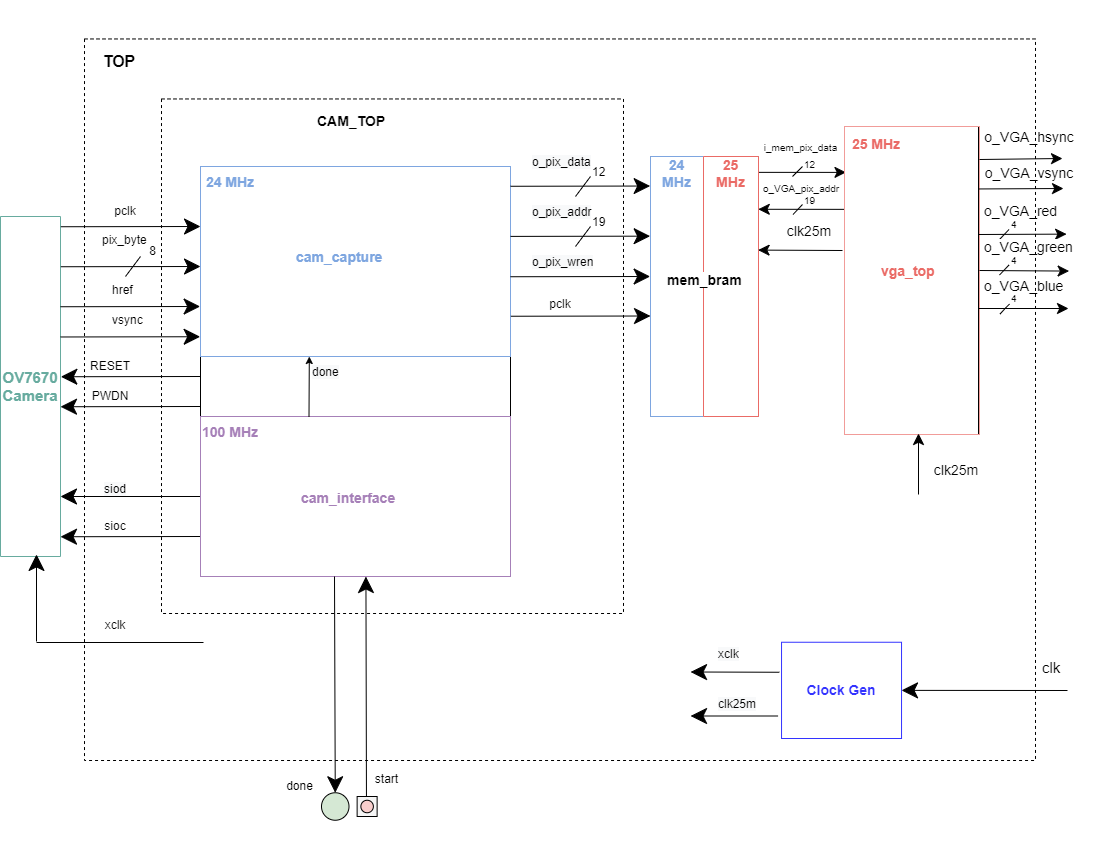
This is misc/OV7670_block_diagram.png from amsacks/OV7670-camera, a draw.io export, as it was before one commit. Source tidied: cells renumbered, new cells last; positions are measured from the earlier drawing's top-left corner, leaving out a move shared by most shapes.
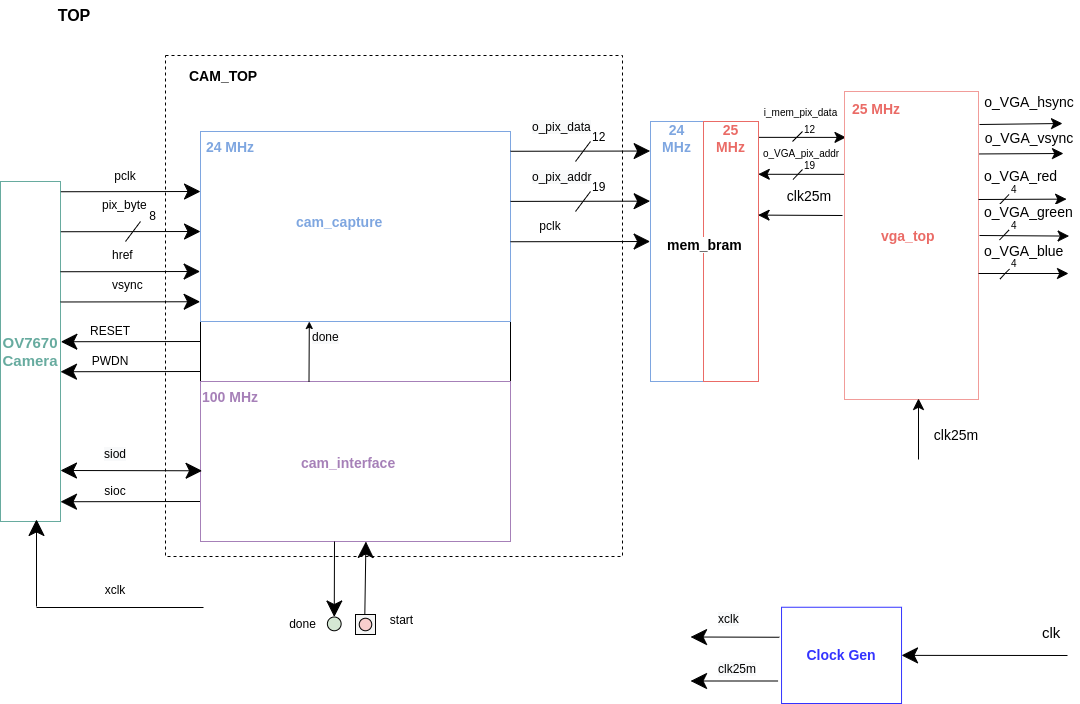
Above is the later version.

Commit message:
Update signals in block diagram

The edit, as a diff of the source:
```diff
@@ -12,19 +12,19 @@
       <mxGeometry x="100" y="478" width="30" height="20" as="geometry" />
     </mxCell>
     <mxCell id="5" style="whiteSpace=wrap;html=1;fontSize=12;fillColor=#f5f5f5;fontColor=#333333;strokeColor=#000000;" parent="1" vertex="1">
-      <mxGeometry x="356.6" y="758" width="20" height="20" as="geometry" />
+      <mxGeometry x="355" y="611" width="20" height="20" as="geometry" />
     </mxCell>
     <mxCell id="6" style="ellipse;whiteSpace=wrap;html=1;fontSize=12;fillColor=#f8cecc;strokeColor=#000000;" parent="1" vertex="1">
-      <mxGeometry x="360.4" y="761.8" width="12.5" height="12.5" as="geometry" />
+      <mxGeometry x="358.8" y="614.8" width="12.5" height="12.5" as="geometry" />
     </mxCell>
     <mxCell id="7" value="start" style="text;html=1;strokeColor=none;fillColor=none;align=center;verticalAlign=middle;whiteSpace=wrap;rounded=0;" parent="1" vertex="1">
-      <mxGeometry x="368.5" y="728" width="35" height="26.2" as="geometry" />
+      <mxGeometry x="384" y="603.8" width="35" height="26.2" as="geometry" />
     </mxCell>
     <mxCell id="8" style="ellipse;whiteSpace=wrap;html=1;fontSize=12;strokeColor=#000000;fillColor=#d5e8d4;" parent="1" vertex="1">
-      <mxGeometry x="321" y="754.2" width="27.5" height="27.5" as="geometry" />
+      <mxGeometry x="326.9" y="613.5" width="13.8" height="13.8" as="geometry" />
     </mxCell>
     <mxCell id="9" value="done" style="text;html=1;strokeColor=none;fillColor=none;align=center;verticalAlign=middle;whiteSpace=wrap;rounded=0;" parent="1" vertex="1">
-      <mxGeometry x="281" y="734.2" width="37" height="27" as="geometry" />
+      <mxGeometry x="284" y="607.5" width="37" height="27" as="geometry" />
     </mxCell>
     <mxCell id="10" style="rounded=0;whiteSpace=wrap;html=1;fontSize=12;strokeColor=#000000;direction=south;" parent="1" vertex="1">
       <mxGeometry x="200" y="128" width="310" height="410" as="geometry" />
@@ -35,11 +35,6 @@
     <mxCell id="12" value="PWDN" style="text;html=1;strokeColor=none;fillColor=none;align=center;verticalAlign=middle;whiteSpace=wrap;rounded=0;" parent="1" vertex="1">
       <mxGeometry x="95" y="348" width="30" height="20" as="geometry" />
     </mxCell>
-    <mxCell id="13" style="endArrow=classic;html=1;fontSize=12;startSize=14;endSize=14;exitX=0;exitY=0.5;exitDx=0;exitDy=0;" parent="1" edge="1" source="28">
-      <mxGeometry relative="1" as="geometry">
-        <mxPoint x="60" y="458" as="targetPoint" />
-      </mxGeometry>
-    </mxCell>
     <mxCell id="14" style="endArrow=classic;html=1;fontSize=12;startSize=14;endSize=14;entryX=0.736;entryY=-0.006;entryDx=0;entryDy=0;entryPerimeter=0;rounded=1;" parent="1" edge="1">
       <mxGeometry relative="1" as="geometry">
         <mxPoint x="199.6" y="498" as="sourcePoint" />
@@ -165,15 +160,6 @@
         <mxPoint x="590" y="188" as="targetPoint" />
       </mxGeometry>
     </mxCell>
-    <mxCell id="43" style="endArrow=classic;html=1;fontSize=12;startSize=14;endSize=14;entryX=0.736;entryY=-0.006;entryDx=0;entryDy=0;entryPerimeter=0;" parent="1" edge="1">
-      <mxGeometry relative="1" as="geometry">
-        <mxPoint x="510" y="238.2" as="sourcePoint" />
-        <mxPoint x="649.6" y="238" as="targetPoint" />
-      </mxGeometry>
-    </mxCell>
-    <mxCell id="44" value="&lt;span style=&quot;color: rgb(0, 0, 0); font-family: Helvetica; font-size: 12px; font-style: normal; font-variant-ligatures: normal; font-variant-caps: normal; font-weight: 400; letter-spacing: normal; orphans: 2; text-align: center; text-indent: 0px; text-transform: none; widows: 2; word-spacing: 0px; -webkit-text-stroke-width: 0px; background-color: rgb(248, 249, 250); text-decoration-thickness: initial; text-decoration-style: initial; text-decoration-color: initial; float: none; display: inline !important;&quot;&gt;o_pix_wren&lt;/span&gt;" style="text;whiteSpace=wrap;html=1;fontSize=14;fontColor=#7EA6E0;" parent="1" vertex="1">
-      <mxGeometry x="530" y="208" width="90" height="40" as="geometry" />
-    </mxCell>
     <mxCell id="45" style="rounded=0;whiteSpace=wrap;html=1;fontSize=14;direction=south;" parent="1" vertex="1">
       <mxGeometry x="650" y="118" width="108" height="260" as="geometry" />
     </mxCell>
@@ -212,7 +198,7 @@
       </mxGeometry>
     </mxCell>
     <mxCell id="54" value="&lt;div style=&quot;text-align: center;&quot;&gt;&lt;span style=&quot;background-color: initial;&quot;&gt;&lt;b&gt;CAM_TOP&lt;/b&gt;&lt;/span&gt;&lt;/div&gt;" style="text;whiteSpace=wrap;html=1;fontSize=14;fontColor=#000000;" parent="1" vertex="1">
-      <mxGeometry x="315" y="68" width="80" height="40" as="geometry" />
+      <mxGeometry x="187" y="58" width="80" height="40" as="geometry" />
     </mxCell>
     <mxCell id="55" value="&lt;b style=&quot;font-family: Helvetica; font-size: 14px; font-style: normal; font-variant-ligatures: normal; font-variant-caps: normal; letter-spacing: normal; orphans: 2; text-align: center; text-indent: 0px; text-transform: none; widows: 2; word-spacing: 0px; -webkit-text-stroke-width: 0px; text-decoration-thickness: initial; text-decoration-style: initial; text-decoration-color: initial;&quot;&gt;&lt;font color=&quot;#a680b8&quot;&gt;cam_interface&lt;/font&gt;&lt;/b&gt;" style="text;whiteSpace=wrap;html=1;fontSize=14;fontColor=#000000;labelBackgroundColor=default;" parent="1" vertex="1">
       <mxGeometry x="299" y="445" width="96" height="39" as="geometry" />
@@ -254,7 +240,7 @@
       <mxGeometry x="761" y="138" width="101" height="34" as="geometry" />
     </mxCell>
     <mxCell id="66" style="rounded=0;whiteSpace=wrap;html=1;labelBackgroundColor=none;fontSize=10;fontColor=#000000;strokeColor=#F19C99;fillColor=none;" parent="1" vertex="1">
-      <mxGeometry x="844" y="88" width="135" height="308" as="geometry" />
+      <mxGeometry x="844" y="88" width="134" height="308" as="geometry" />
     </mxCell>
     <mxCell id="67" value="&lt;div style=&quot;text-align: center;&quot;&gt;&lt;span style=&quot;background-color: initial; font-size: 14px;&quot;&gt;&lt;b&gt;&lt;font color=&quot;#ea6b66&quot;&gt;vga_top&lt;/font&gt;&lt;/b&gt;&lt;/span&gt;&lt;/div&gt;" style="text;whiteSpace=wrap;html=1;fontSize=10;fontColor=#000000;" parent="1" vertex="1">
       <mxGeometry x="879" y="218" width="103" height="39" as="geometry" />
@@ -355,12 +341,12 @@
     </mxCell>
     <mxCell id="90" style="endArrow=classic;html=1;fontSize=12;startSize=14;endSize=14;entryX=0.736;entryY=-0.006;entryDx=0;entryDy=0;entryPerimeter=0;" parent="1" edge="1">
       <mxGeometry relative="1" as="geometry">
-        <mxPoint x="510.4" y="277.7" as="sourcePoint" />
-        <mxPoint x="650" y="277.5" as="targetPoint" />
+        <mxPoint x="510" y="238.2" as="sourcePoint" />
+        <mxPoint x="649.6" y="238" as="targetPoint" />
       </mxGeometry>
     </mxCell>
     <mxCell id="91" value="pclk" style="text;html=1;strokeColor=none;fillColor=none;align=center;verticalAlign=middle;whiteSpace=wrap;rounded=0;" parent="1" vertex="1">
-      <mxGeometry x="545" y="261" width="30" height="10" as="geometry" />
+      <mxGeometry x="535" y="218" width="30" height="10" as="geometry" />
     </mxCell>
     <mxCell id="92" style="endArrow=classic;html=1;rounded=0;fontSize=14;fontColor=#000000;endSize=9;strokeWidth=1;curved=1;entryX=0.36;entryY=0.007;entryDx=0;entryDy=0;entryPerimeter=0;" parent="1" edge="1" target="88">
       <mxGeometry relative="1" as="geometry">
@@ -385,16 +371,18 @@
       </mxGeometry>
     </mxCell>
     <mxCell id="97" value="&lt;b&gt;&lt;font style=&quot;font-size: 16px;&quot; color=&quot;#000000&quot;&gt;TOP&lt;/font&gt;&lt;/b&gt;" style="text;html=1;strokeColor=none;fillColor=none;align=center;verticalAlign=middle;whiteSpace=wrap;rounded=0;dashed=1;fontColor=#F19C99;" parent="1" vertex="1">
-      <mxGeometry x="89" y="8" width="60" height="30" as="geometry" />
+      <mxGeometry x="44" y="-3" width="60" height="30" as="geometry" />
     </mxCell>
     <mxCell id="98" style="rounded=0;whiteSpace=wrap;html=1;dashed=1;fontSize=16;fontColor=#000000;fillColor=none;" parent="1" vertex="1">
-      <mxGeometry x="161" y="60.5" width="462" height="514.5" as="geometry" />
+      <mxGeometry x="165" y="52" width="457" height="501" as="geometry" />
     </mxCell>
     <mxCell id="99" value="&lt;font color=&quot;#7ea6e0&quot; style=&quot;font-size: 14px;&quot;&gt;24 MHz&lt;/font&gt;" style="text;html=1;strokeColor=none;fillColor=none;align=center;verticalAlign=middle;whiteSpace=wrap;rounded=0;labelBackgroundColor=none;fontSize=10;fontColor=#EA6B66;fontStyle=1;" parent="1" vertex="1">
       <mxGeometry x="652" y="121" width="49" height="27" as="geometry" />
     </mxCell>
-    <mxCell id="100" style="rounded=0;whiteSpace=wrap;html=1;dashed=1;fontSize=15;fontColor=#3333FF;strokeColor=#000000;fillColor=none;" parent="1" vertex="1">
-      <mxGeometry x="84" y="0.5" width="951" height="721.5" as="geometry" />
-    </mxCell>
+    <mxCell id="101" style="endArrow=classic;startArrow=classic;html=1;rounded=0;entryX=0.005;entryY=0.558;entryDx=0;entryDy=0;entryPerimeter=0;endSize=14;startSize=14;" parent="1" edge="1" target="28">
+      <mxGeometry relative="1" as="geometry">
+        <mxPoint x="60" y="467" as="sourcePoint" />
+      </mxGeometry>
+    </mxCell>
   </root>
 </mxGraphModel>
```
